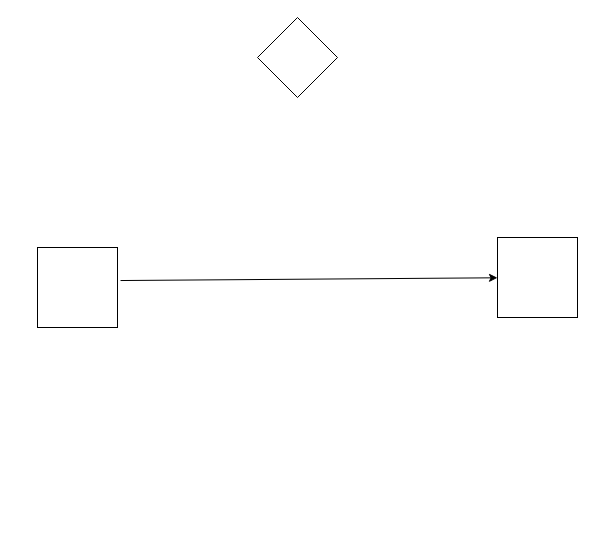
phanthanhvu28/diagrams keeps this draw.io diagram as exampleTest.drawio. Above is the earlier version. Source tidied: cells renumbered, new cells numbered last; positions are measured from the earlier drawing's top-left corner, leaving out a move shared by most shapes. Both pictures are drawn from the tidied source at 100%, with x=0, y=0 at pixel (37, 17).
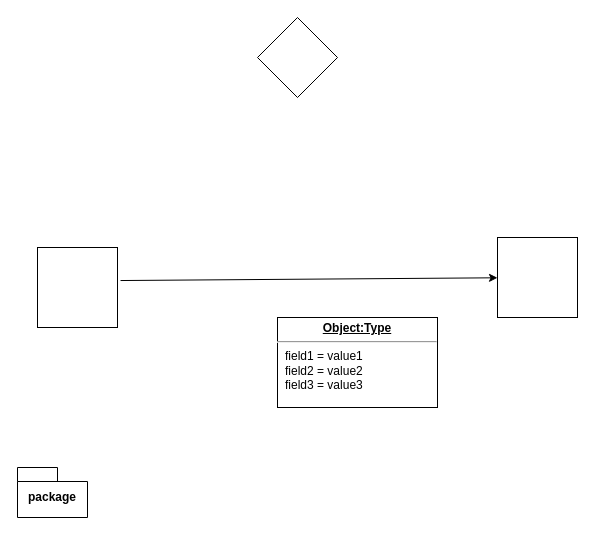
The same diagram, later.

Change to the diagram source:
```diff
@@
 <mxGraphModel>
   <root>
     <mxCell id="0" />
     <mxCell id="1" parent="0" />
     <mxCell id="2" style="whiteSpace=wrap;html=1;" parent="1" vertex="1">
       <mxGeometry y="230" width="80" height="80" as="geometry" />
     </mxCell>
     <mxCell id="3" style="whiteSpace=wrap;html=1;" parent="1" vertex="1">
       <mxGeometry x="460" y="220" width="80" height="80" as="geometry" />
     </mxCell>
     <mxCell id="4" style="endArrow=classic;html=1;rounded=0;exitX=1.038;exitY=0.413;exitDx=0;exitDy=0;exitPerimeter=0;" parent="1" edge="1" source="2" target="3">
       <mxGeometry relative="1" as="geometry" />
     </mxCell>
     <mxCell id="5" style="rhombus;whiteSpace=wrap;html=1;" parent="1" vertex="1">
       <mxGeometry x="220" width="80" height="80" as="geometry" />
     </mxCell>
+    <mxCell id="6" value="&lt;p style=&quot;margin:0px;margin-top:4px;text-align:center;text-decoration:underline;&quot;&gt;&lt;b&gt;Object:Type&lt;/b&gt;&lt;/p&gt;&lt;hr/&gt;&lt;p style=&quot;margin:0px;margin-left:8px;&quot;&gt;field1 = value1&lt;br/&gt;field2 = value2&lt;br&gt;field3 = value3&lt;/p&gt;" style="verticalAlign=top;align=left;overflow=fill;fontSize=12;fontFamily=Helvetica;html=1;whiteSpace=wrap;" parent="1" vertex="1">
+      <mxGeometry x="240" y="300" width="160" height="90" as="geometry" />
+    </mxCell>
+    <mxCell id="7" value="package" style="shape=folder;fontStyle=1;spacingTop=10;tabWidth=40;tabHeight=14;tabPosition=left;html=1;whiteSpace=wrap;" parent="1" vertex="1">
+      <mxGeometry x="-20" y="450" width="70" height="50" as="geometry" />
+    </mxCell>
   </root>
 </mxGraphModel>
```
